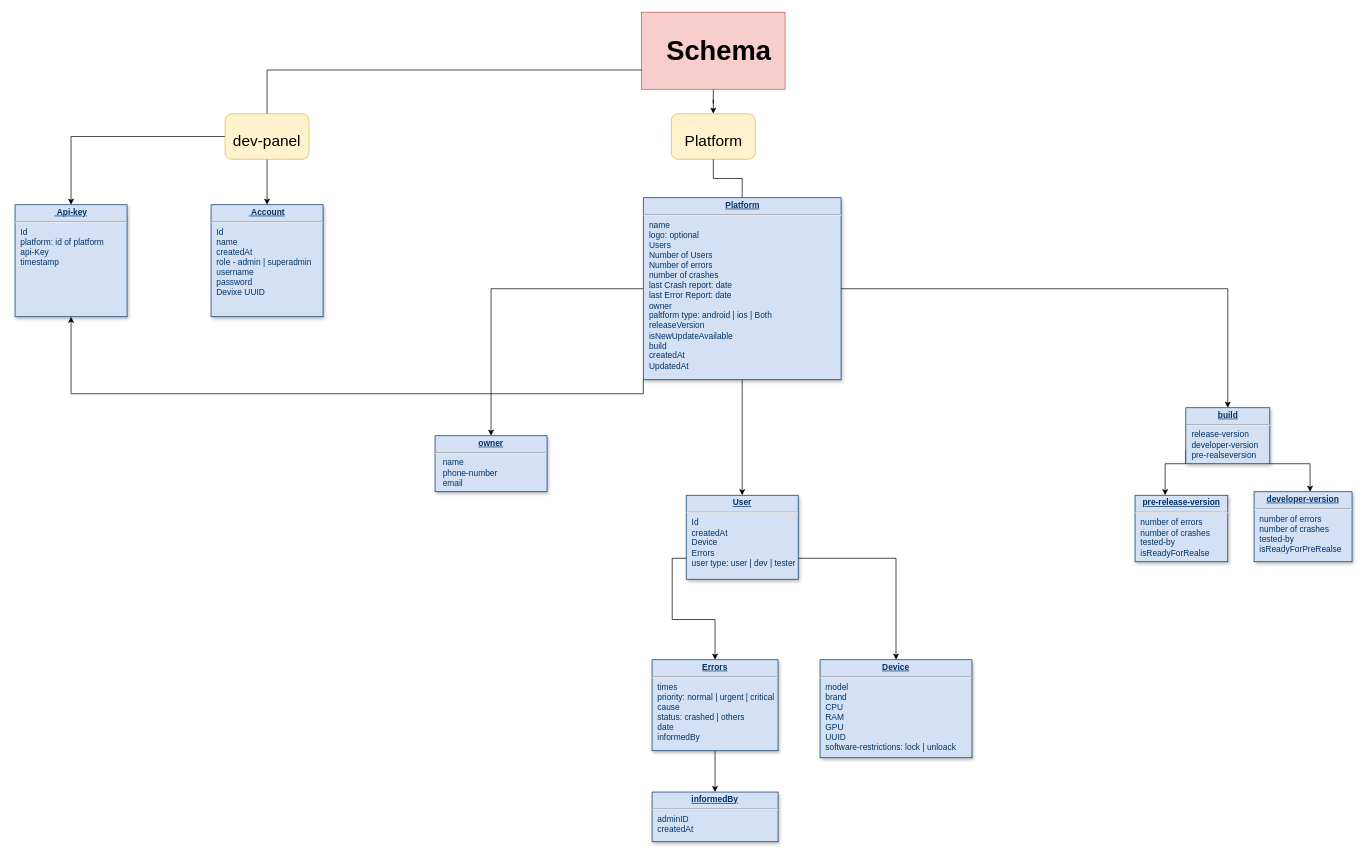
Above: flowchart/App-DB.drawio in ahmadsoran/dev-panel-backend (draw.io), before the change. Source tidied: cells renumbered, new cells numbered last; positions are measured from the earlier drawing's top-left corner, leaving out a move shared by most shapes. Both pictures are drawn from the tidied source at 70%, with x=0, y=0 at pixel (15, 12).
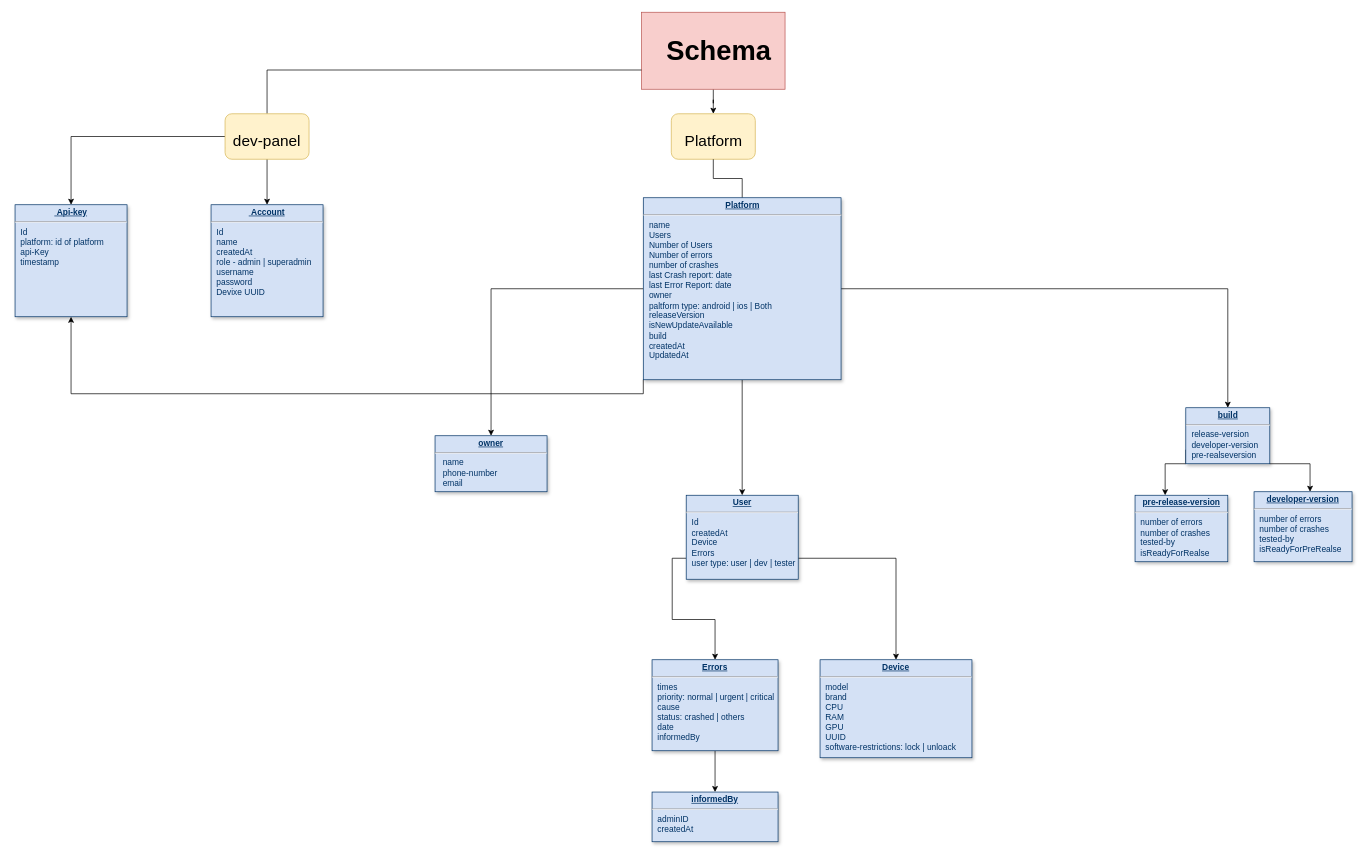
Above is the later version.

Change to the diagram source:
```diff
@@
-    <mxCell id="22" value="&lt;p style=&quot;margin: 0px; margin-top: 4px; text-align: center; text-decoration: underline;&quot;&gt;&lt;b&gt;Platform&lt;/b&gt;&lt;/p&gt;&lt;hr&gt;&lt;p style=&quot;margin: 0px; margin-left: 8px;&quot;&gt;name&lt;/p&gt;&lt;p style=&quot;margin: 0px; margin-left: 8px;&quot;&gt;logo: optional&lt;/p&gt;&lt;p style=&quot;margin: 0px; margin-left: 8px;&quot;&gt;Users&lt;/p&gt;&lt;p style=&quot;margin: 0px; margin-left: 8px;&quot;&gt;Number of Users&lt;/p&gt;&lt;p style=&quot;margin: 0px; margin-left: 8px;&quot;&gt;Number of errors&lt;/p&gt;&lt;p style=&quot;margin: 0px; margin-left: 8px;&quot;&gt;number of crashes&lt;/p&gt;&lt;p style=&quot;margin: 0px; margin-left: 8px;&quot;&gt;last Crash report: date&lt;/p&gt;&lt;p style=&quot;margin: 0px; margin-left: 8px;&quot;&gt;last Error Report: date&lt;/p&gt;&lt;p style=&quot;border-color: var(--border-color); margin: 0px 0px 0px 8px;&quot;&gt;owner&lt;/p&gt;&lt;p style=&quot;border-color: var(--border-color); margin: 0px 0px 0px 8px;&quot;&gt;&lt;span style=&quot;background-color: initial;&quot;&gt;paltform type: android | ios | Both&lt;/span&gt;&lt;br&gt;&lt;/p&gt;&lt;p style=&quot;border-color: var(--border-color); margin: 0px 0px 0px 8px;&quot;&gt;&lt;span style=&quot;background-color: initial;&quot;&gt;releaseVersion&lt;/span&gt;&lt;/p&gt;&lt;p style=&quot;border-color: var(--border-color); margin: 0px 0px 0px 8px;&quot;&gt;&lt;span style=&quot;background-color: initial;&quot;&gt;isNewUpdateAvailable&lt;/span&gt;&lt;br&gt;&lt;/p&gt;&lt;p style=&quot;border-color: var(--border-color); margin: 0px 0px 0px 8px;&quot;&gt;&lt;span style=&quot;background-color: initial;&quot;&gt;build&lt;/span&gt;&lt;/p&gt;&lt;p style=&quot;border-color: var(--border-color); margin: 0px 0px 0px 8px;&quot;&gt;createdAt&lt;/p&gt;&lt;p style=&quot;border-color: var(--border-color); margin: 0px 0px 0px 8px;&quot;&gt;UpdatedAt&lt;/p&gt;&lt;p style=&quot;border-color: var(--border-color); margin: 0px 0px 0px 8px;&quot;&gt;&lt;br&gt;&lt;/p&gt;&lt;p style=&quot;border-color: var(--border-color); margin: 0px 0px 0px 8px;&quot;&gt;&lt;br&gt;&lt;/p&gt;&lt;p style=&quot;margin: 0px; margin-left: 8px;&quot;&gt;&amp;nbsp;&lt;/p&gt;" style="verticalAlign=top;align=left;overflow=fill;fontSize=12;fontFamily=Helvetica;html=1;strokeColor=#003366;shadow=1;fillColor=#D4E1F5;fontColor=#003366;" parent="1" vertex="1">
+    <mxCell id="22" value="&lt;p style=&quot;margin: 0px; margin-top: 4px; text-align: center; text-decoration: underline;&quot;&gt;&lt;b&gt;Platform&lt;/b&gt;&lt;/p&gt;&lt;hr&gt;&lt;p style=&quot;margin: 0px; margin-left: 8px;&quot;&gt;name&lt;/p&gt;&lt;p style=&quot;margin: 0px; margin-left: 8px;&quot;&gt;&lt;span style=&quot;background-color: initial;&quot;&gt;Users&lt;/span&gt;&lt;br&gt;&lt;/p&gt;&lt;p style=&quot;margin: 0px; margin-left: 8px;&quot;&gt;Number of Users&lt;/p&gt;&lt;p style=&quot;margin: 0px; margin-left: 8px;&quot;&gt;Number of errors&lt;/p&gt;&lt;p style=&quot;margin: 0px; margin-left: 8px;&quot;&gt;number of crashes&lt;/p&gt;&lt;p style=&quot;margin: 0px; margin-left: 8px;&quot;&gt;last Crash report: date&lt;/p&gt;&lt;p style=&quot;margin: 0px; margin-left: 8px;&quot;&gt;last Error Report: date&lt;/p&gt;&lt;p style=&quot;border-color: var(--border-color); margin: 0px 0px 0px 8px;&quot;&gt;owner&lt;/p&gt;&lt;p style=&quot;border-color: var(--border-color); margin: 0px 0px 0px 8px;&quot;&gt;&lt;span style=&quot;background-color: initial;&quot;&gt;paltform type: android | ios | Both&lt;/span&gt;&lt;br&gt;&lt;/p&gt;&lt;p style=&quot;border-color: var(--border-color); margin: 0px 0px 0px 8px;&quot;&gt;&lt;span style=&quot;background-color: initial;&quot;&gt;releaseVersion&lt;/span&gt;&lt;/p&gt;&lt;p style=&quot;border-color: var(--border-color); margin: 0px 0px 0px 8px;&quot;&gt;&lt;span style=&quot;background-color: initial;&quot;&gt;isNewUpdateAvailable&lt;/span&gt;&lt;br&gt;&lt;/p&gt;&lt;p style=&quot;border-color: var(--border-color); margin: 0px 0px 0px 8px;&quot;&gt;&lt;span style=&quot;background-color: initial;&quot;&gt;build&lt;/span&gt;&lt;/p&gt;&lt;p style=&quot;border-color: var(--border-color); margin: 0px 0px 0px 8px;&quot;&gt;createdAt&lt;/p&gt;&lt;p style=&quot;border-color: var(--border-color); margin: 0px 0px 0px 8px;&quot;&gt;UpdatedAt&lt;/p&gt;&lt;p style=&quot;border-color: var(--border-color); margin: 0px 0px 0px 8px;&quot;&gt;&lt;br&gt;&lt;/p&gt;&lt;p style=&quot;border-color: var(--border-color); margin: 0px 0px 0px 8px;&quot;&gt;&lt;br&gt;&lt;/p&gt;&lt;p style=&quot;margin: 0px; margin-left: 8px;&quot;&gt;&amp;nbsp;&lt;/p&gt;" style="verticalAlign=top;align=left;overflow=fill;fontSize=12;fontFamily=Helvetica;html=1;strokeColor=#003366;shadow=1;fillColor=#D4E1F5;fontColor=#003366;" parent="1" vertex="1">
       <mxGeometry x="897.5" y="265" width="282.5" height="260" as="geometry" />
     </mxCell>
```
